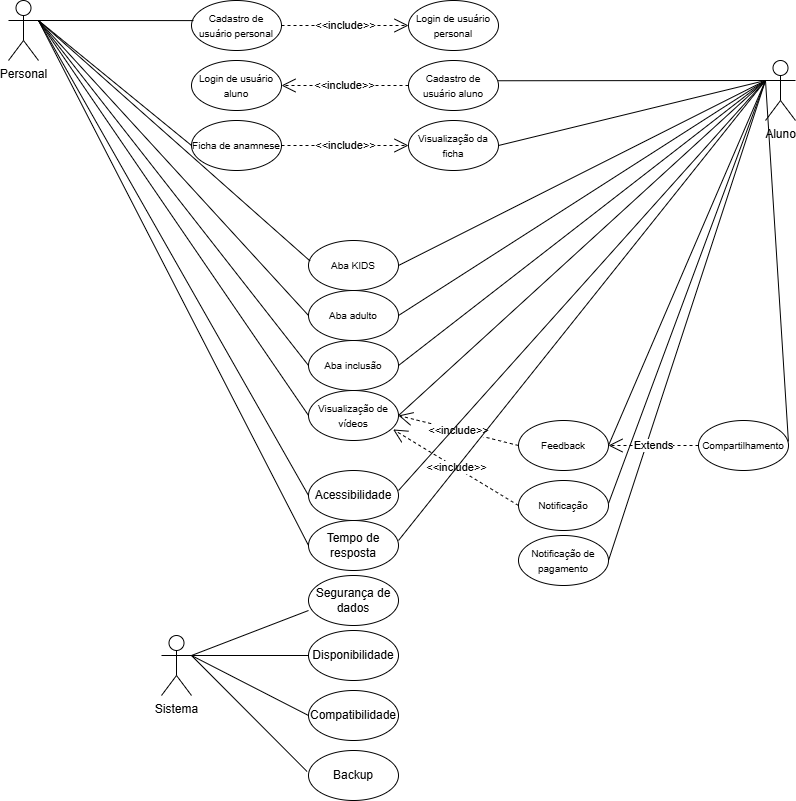
Before: UC1/Diagramas de caso de uso/Roger Guedes Personal - Diagramas de Casos de Uso.drawio.png, a diagram exported from draw.io (gaelos7k/Desenvolvimento-de-sistemas-Senac). Source tidied: cells renumbered, new cells last; positions are measured from the earlier drawing's top-left corner, leaving out a move shared by most shapes.
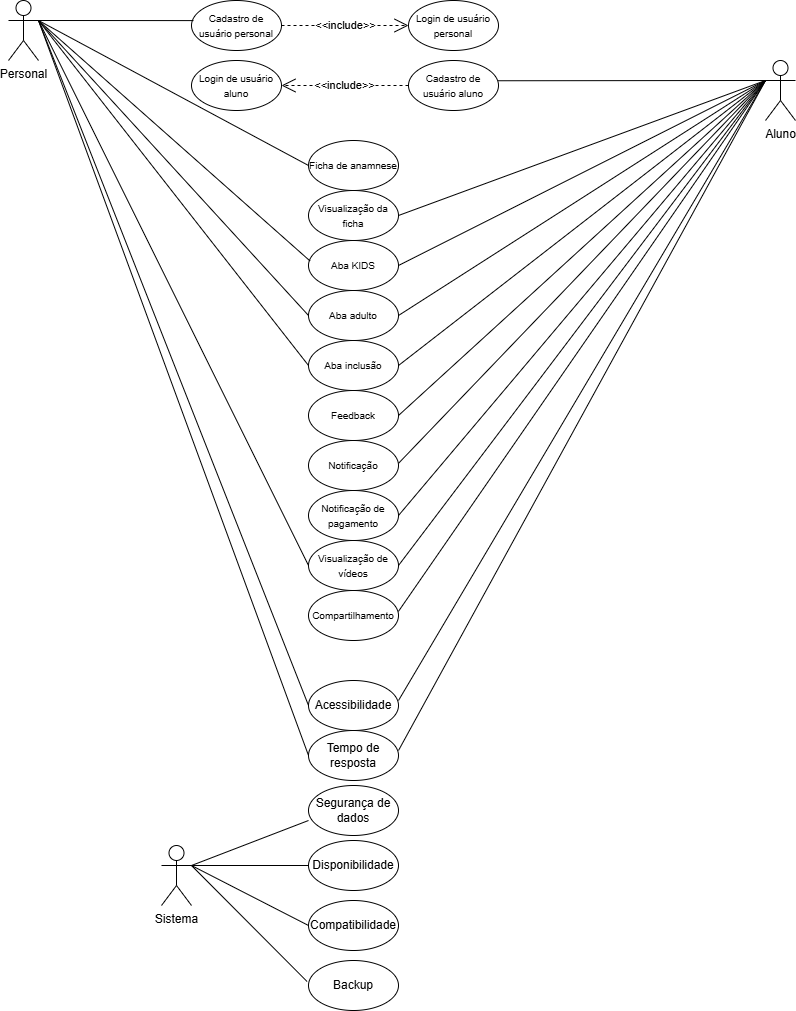
After the change.

Commit message:
Correção diagrama da cado de uso

Change to the diagram source:
```diff
@@ -15,10 +15,10 @@
       <mxGeometry x="183" y="60" width="90" height="50" as="geometry" />
     </mxCell>
     <mxCell id="6" value="&lt;font style=&quot;font-size: 10px;&quot;&gt;Ficha de anamnese&lt;/font&gt;" style="ellipse;whiteSpace=wrap;html=1;" parent="1" vertex="1">
-      <mxGeometry x="183" y="120" width="90" height="50" as="geometry" />
+      <mxGeometry x="300" y="140" width="90" height="50" as="geometry" />
     </mxCell>
     <mxCell id="7" value="&lt;font style=&quot;font-size: 10px;&quot;&gt;Visualização da ficha&lt;/font&gt;" style="ellipse;whiteSpace=wrap;html=1;" parent="1" vertex="1">
-      <mxGeometry x="400" y="120" width="90" height="50" as="geometry" />
+      <mxGeometry x="300" y="190" width="90" height="50" as="geometry" />
     </mxCell>
     <mxCell id="8" value="&lt;font style=&quot;font-size: 10px;&quot;&gt;Aba KIDS&lt;/font&gt;" style="ellipse;whiteSpace=wrap;html=1;" parent="1" vertex="1">
       <mxGeometry x="300" y="240" width="90" height="50" as="geometry" />
@@ -27,22 +27,22 @@
       <mxGeometry x="300" y="290" width="90" height="50" as="geometry" />
     </mxCell>
     <mxCell id="10" value="Segurança de dados" style="ellipse;whiteSpace=wrap;html=1;" parent="1" vertex="1">
-      <mxGeometry x="300" y="575" width="90" height="50" as="geometry" />
+      <mxGeometry x="300" y="785" width="90" height="50" as="geometry" />
     </mxCell>
     <mxCell id="11" value="Acessibilidade" style="ellipse;whiteSpace=wrap;html=1;" parent="1" vertex="1">
-      <mxGeometry x="300" y="470" width="90" height="50" as="geometry" />
+      <mxGeometry x="300" y="680" width="90" height="50" as="geometry" />
     </mxCell>
     <mxCell id="12" value="Disponibilidade" style="ellipse;whiteSpace=wrap;html=1;" parent="1" vertex="1">
-      <mxGeometry x="300" y="630" width="90" height="50" as="geometry" />
+      <mxGeometry x="300" y="840" width="90" height="50" as="geometry" />
     </mxCell>
     <mxCell id="13" value="Compatibilidade" style="ellipse;whiteSpace=wrap;html=1;" parent="1" vertex="1">
-      <mxGeometry x="300" y="690" width="90" height="50" as="geometry" />
+      <mxGeometry x="300" y="900" width="90" height="50" as="geometry" />
     </mxCell>
     <mxCell id="14" value="Backup" style="ellipse;whiteSpace=wrap;html=1;" parent="1" vertex="1">
-      <mxGeometry x="300" y="750" width="90" height="50" as="geometry" />
+      <mxGeometry x="300" y="960" width="90" height="50" as="geometry" />
     </mxCell>
     <mxCell id="15" value="Tempo de resposta" style="ellipse;whiteSpace=wrap;html=1;" parent="1" vertex="1">
-      <mxGeometry x="300" y="520" width="90" height="50" as="geometry" />
+      <mxGeometry x="300" y="730" width="90" height="50" as="geometry" />
     </mxCell>
     <mxCell id="16" value="Personal" style="shape=umlActor;verticalLabelPosition=bottom;verticalAlign=top;html=1;outlineConnect=0;" parent="1" vertex="1">
       <mxGeometry width="30" height="60" as="geometry" />
@@ -60,13 +60,13 @@
       <mxGeometry x="300" y="340" width="90" height="50" as="geometry" />
     </mxCell>
     <mxCell id="21" value="&lt;font style=&quot;font-size: 10px;&quot;&gt;Feedback&lt;/font&gt;" style="ellipse;whiteSpace=wrap;html=1;" parent="1" vertex="1">
-      <mxGeometry x="510" y="420" width="90" height="50" as="geometry" />
+      <mxGeometry x="300" y="390" width="90" height="50" as="geometry" />
     </mxCell>
     <mxCell id="22" value="&lt;font style=&quot;font-size: 10px;&quot;&gt;Notificação&lt;/font&gt;" style="ellipse;whiteSpace=wrap;html=1;" parent="1" vertex="1">
-      <mxGeometry x="510" y="480" width="90" height="50" as="geometry" />
+      <mxGeometry x="300" y="440" width="90" height="50" as="geometry" />
     </mxCell>
     <mxCell id="23" value="&lt;font style=&quot;font-size: 10px;&quot;&gt;Notificação de pagamento&lt;/font&gt;" style="ellipse;whiteSpace=wrap;html=1;" parent="1" vertex="1">
-      <mxGeometry x="510" y="535" width="90" height="50" as="geometry" />
+      <mxGeometry x="300" y="490" width="90" height="50" as="geometry" />
     </mxCell>
     <mxCell id="24" style="endArrow=none;html=1;rounded=0;exitX=0;exitY=0.5;exitDx=0;exitDy=0;entryX=1;entryY=0.3333333333333333;entryDx=0;entryDy=0;entryPerimeter=0;" parent="1" edge="1" source="6" target="16">
       <mxGeometry relative="1" as="geometry" />
@@ -93,10 +93,10 @@
       <mxGeometry relative="1" as="geometry" />
     </mxCell>
     <mxCell id="32" value="&lt;font style=&quot;font-size: 10px;&quot;&gt;Visualização de vídeos&lt;/font&gt;" style="ellipse;whiteSpace=wrap;html=1;" parent="1" vertex="1">
-      <mxGeometry x="300" y="390" width="90" height="50" as="geometry" />
+      <mxGeometry x="300" y="540" width="90" height="50" as="geometry" />
     </mxCell>
     <mxCell id="33" value="&lt;font style=&quot;font-size: 10px;&quot;&gt;Compartilhamento&lt;/font&gt;" style="ellipse;whiteSpace=wrap;html=1;" parent="1" vertex="1">
-      <mxGeometry x="690" y="420" width="90" height="50" as="geometry" />
+      <mxGeometry x="300" y="590" width="90" height="50" as="geometry" />
     </mxCell>
     <mxCell id="34" style="endArrow=none;html=1;rounded=0;entryX=0;entryY=0.3333333333333333;entryDx=0;entryDy=0;entryPerimeter=0;exitX=0.999;exitY=0.419;exitDx=0;exitDy=0;exitPerimeter=0;" parent="1" edge="1" source="33" target="18">
       <mxGeometry relative="1" as="geometry" />
@@ -119,35 +119,31 @@
     <mxCell id="40" value="&amp;lt;&amp;lt;include&amp;gt;&amp;gt;" style="endArrow=open;endSize=12;dashed=1;html=1;rounded=0;entryX=1;entryY=0.5;entryDx=0;entryDy=0;exitX=0;exitY=0.5;exitDx=0;exitDy=0;" parent="1" edge="1" source="3" target="5">
       <mxGeometry relative="1" as="geometry" />
     </mxCell>
-    <mxCell id="41" value="&amp;lt;&amp;lt;include&amp;gt;&amp;gt;" style="endArrow=open;endSize=12;dashed=1;html=1;rounded=0;entryX=0;entryY=0.5;entryDx=0;entryDy=0;exitX=1;exitY=0.5;exitDx=0;exitDy=0;" parent="1" edge="1" source="6" target="7">
-      <mxGeometry relative="1" as="geometry" />
-    </mxCell>
     <mxCell id="42" style="endArrow=none;html=1;rounded=0;entryX=0;entryY=0.3333333333333333;entryDx=0;entryDy=0;entryPerimeter=0;exitX=1;exitY=0.5;exitDx=0;exitDy=0;" parent="1" edge="1" source="32" target="18">
       <mxGeometry relative="1" as="geometry" />
     </mxCell>
-    <mxCell id="43" value="&amp;lt;&amp;lt;include&amp;gt;&amp;gt;" style="endArrow=open;endSize=12;dashed=1;html=1;rounded=0;entryX=1;entryY=0.5;entryDx=0;entryDy=0;exitX=0;exitY=0.5;exitDx=0;exitDy=0;" parent="1" edge="1" source="21" target="32">
-      <mxGeometry relative="1" as="geometry" />
-    </mxCell>
-    <mxCell id="44" value="&amp;lt;&amp;lt;include&amp;gt;&amp;gt;" style="endArrow=open;endSize=12;dashed=1;html=1;rounded=0;entryX=0.94;entryY=0.779;entryDx=0;entryDy=0;exitX=0;exitY=0.5;exitDx=0;exitDy=0;entryPerimeter=0;" parent="1" edge="1" source="22" target="32">
-      <mxGeometry relative="1" as="geometry" />
-    </mxCell>
-    <mxCell id="45" value="Extends" style="endArrow=open;endSize=12;dashed=1;html=1;rounded=0;entryX=1;entryY=0.5;entryDx=0;entryDy=0;exitX=0;exitY=0.5;exitDx=0;exitDy=0;" parent="1" edge="1" source="33" target="21">
-      <mxGeometry relative="1" as="geometry" />
-    </mxCell>
     <mxCell id="46" value="Sistema&lt;div&gt;&lt;br&gt;&lt;/div&gt;" style="shape=umlActor;verticalLabelPosition=bottom;verticalAlign=top;html=1;outlineConnect=0;" parent="1" vertex="1">
-      <mxGeometry x="153" y="635" width="30" height="60" as="geometry" />
+      <mxGeometry x="153" y="845" width="30" height="60" as="geometry" />
     </mxCell>
-    <mxCell id="47" style="endArrow=none;html=1;rounded=0;exitX=1;exitY=0.3333333333333333;exitDx=0;exitDy=0;exitPerimeter=0;entryX=0;entryY=0.7;entryDx=0;entryDy=0;entryPerimeter=0;" parent="1" edge="1" source="46" target="10">
-      <mxGeometry relative="1" as="geometry" />
+    <mxCell id="47" style="endArrow=none;html=1;rounded=0;exitX=1;exitY=0.3333333333333333;exitDx=0;exitDy=0;exitPerimeter=0;entryX=0;entryY=0.7;entryDx=0;entryDy=0;entryPerimeter=0;" parent="1" edge="1" target="10">
+      <mxGeometry relative="1" as="geometry">
+        <mxPoint x="183" y="865" as="sourcePoint" />
+      </mxGeometry>
     </mxCell>
-    <mxCell id="48" style="endArrow=none;html=1;rounded=0;exitX=1;exitY=0.3333333333333333;exitDx=0;exitDy=0;exitPerimeter=0;entryX=0;entryY=0.5;entryDx=0;entryDy=0;" parent="1" edge="1" source="46" target="12">
-      <mxGeometry relative="1" as="geometry" />
+    <mxCell id="48" style="endArrow=none;html=1;rounded=0;exitX=1;exitY=0.3333333333333333;exitDx=0;exitDy=0;exitPerimeter=0;entryX=0;entryY=0.5;entryDx=0;entryDy=0;" parent="1" edge="1" target="12">
+      <mxGeometry relative="1" as="geometry">
+        <mxPoint x="183" y="865" as="sourcePoint" />
+      </mxGeometry>
     </mxCell>
-    <mxCell id="49" style="endArrow=none;html=1;rounded=0;exitX=1;exitY=0.3333333333333333;exitDx=0;exitDy=0;exitPerimeter=0;entryX=0;entryY=0.5;entryDx=0;entryDy=0;" parent="1" edge="1" source="46" target="13">
-      <mxGeometry relative="1" as="geometry" />
+    <mxCell id="49" style="endArrow=none;html=1;rounded=0;exitX=1;exitY=0.3333333333333333;exitDx=0;exitDy=0;exitPerimeter=0;entryX=0;entryY=0.5;entryDx=0;entryDy=0;" parent="1" edge="1" target="13">
+      <mxGeometry relative="1" as="geometry">
+        <mxPoint x="183" y="865" as="sourcePoint" />
+      </mxGeometry>
     </mxCell>
-    <mxCell id="50" style="endArrow=none;html=1;rounded=0;exitX=1;exitY=0.3333333333333333;exitDx=0;exitDy=0;exitPerimeter=0;entryX=-0.016;entryY=0.42;entryDx=0;entryDy=0;entryPerimeter=0;" parent="1" edge="1" source="46" target="14">
-      <mxGeometry relative="1" as="geometry" />
+    <mxCell id="50" style="endArrow=none;html=1;rounded=0;exitX=1;exitY=0.3333333333333333;exitDx=0;exitDy=0;exitPerimeter=0;entryX=-0.016;entryY=0.42;entryDx=0;entryDy=0;entryPerimeter=0;" parent="1" edge="1" target="14">
+      <mxGeometry relative="1" as="geometry">
+        <mxPoint x="183" y="865" as="sourcePoint" />
+      </mxGeometry>
     </mxCell>
     <mxCell id="51" style="endArrow=none;html=1;rounded=0;entryX=0;entryY=0.3333333333333333;entryDx=0;entryDy=0;entryPerimeter=0;exitX=1;exitY=0.4;exitDx=0;exitDy=0;exitPerimeter=0;" parent="1" edge="1" source="11" target="18">
       <mxGeometry relative="1" as="geometry" />
```
